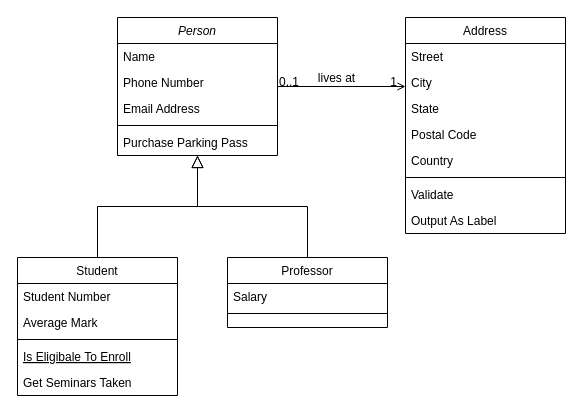
Above: Untitled Diagram.drawio in bitsphere/android_study (draw.io), before the change. Source tidied: cells renumbered, new cells numbered last; positions are measured from the earlier drawing's top-left corner, leaving out a move shared by most shapes. Both pictures are drawn from the tidied source at 100%, with x=0, y=0 at pixel (17, 17).
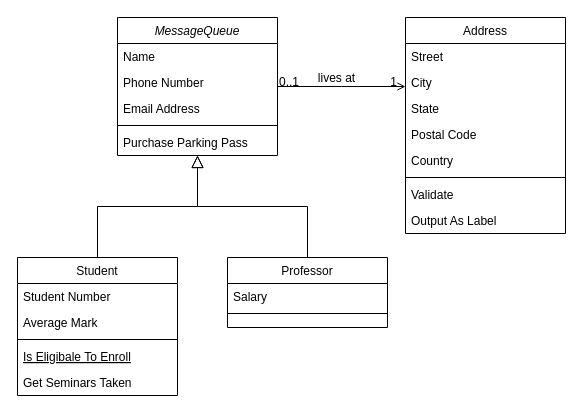
The same page after the edit.

The edit, as a diff of the source:
```diff
@@
-    <mxCell id="2" value="Person" style="swimlane;fontStyle=2;align=center;verticalAlign=top;horizontal=1;startSize=26;rounded=0;shadow=0;strokeWidth=1;" parent="1" vertex="1">
+    <mxCell id="2" value="MessageQueue" style="swimlane;fontStyle=2;align=center;verticalAlign=top;horizontal=1;startSize=26;rounded=0;shadow=0;strokeWidth=1;" parent="1" vertex="1">
       <mxGeometry x="100" width="160" height="138" as="geometry" />
     </mxCell>
```
